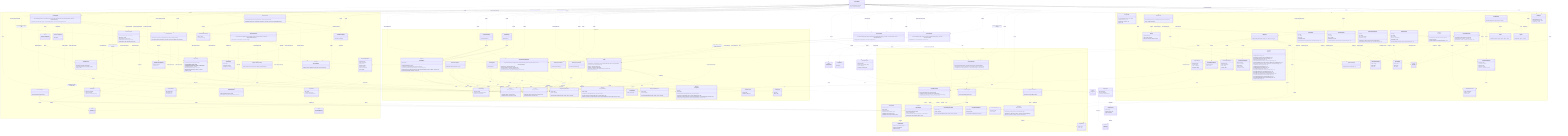
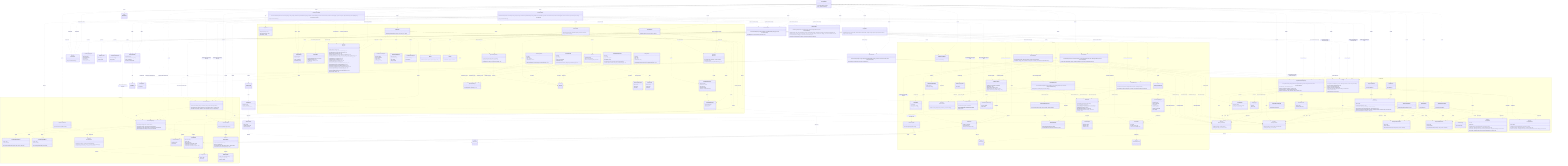
%% Authoritative, system-wide contract chart: every class and every relationship,
%% including the cross-domain interactions between modules.
%% For focused, per-domain views (intra-domain relationships only), see
%% docs/contracts/domains/ (one chart per domain + a README).
classDiagram
  direction TB

  class LicenseWizard {
    +LicenseWizard(args: string[])
    +run() Promise~Answer[]~
+   }
+ 
+   class IWizardMode {
+     <<interface>>
+     +run() Promise~Answer[]~
+   }
+ 
+   class InteractiveMode {
+     +InteractiveMode(licenses: LicenseRepository, config: Config, manifests: ProjectManifestRepository, installer: LicenseInstaller, generator: LicenseGenerator, headers: HeaderApplier, renderer: IRenderer, reporter: IReporter, flags: WizardFlags)
+     +run() Promise~Answer[]~
+   }
+ 
+   class NonInteractiveMode {
+     +NonInteractiveMode(licenses: LicenseRepository, config: Config, manifests: ProjectManifestRepository, installer: LicenseInstaller, generator: LicenseGenerator, headers: HeaderApplier, reporter: IReporter, flags: WizardFlags, saveTargetByFlag: Record~string, string~)
+     +run() Promise~Answer[]~
+   }
+ 
+   class VerifyMode {
+     +VerifyMode(verifier: LicenseVerifier, headerVerifier: HeaderVerifier, config: Config, reporter: IReporter, strict: boolean)
+     +run() Promise~Answer[]~
+   }
+ 
+   class WizardFlags {
+     <<type>>
+   }
+ 
+   class HeaderApplier {
+     +HeaderApplier(licenses: LicenseRepository, reader: IFileSystemReader, writer: IFileSystemWriter)
+     +apply(licenseId: string, style: HeaderStyle, tokens: Record~string, string~, extraIgnores: string[]) Promise~HeaderApplyReport~
+     +preview(licenseId: string, style: HeaderStyle, tokens: Record~string, string~, extraIgnores: string[]) Promise~HeaderPreview | null~
+     +remove(extraIgnores: string[]) Promise~HeaderRemovalReport~
+     +previewRemoval(extraIgnores: string[]) Promise~HeaderRemovalReport~
+   }
+ 
+   class HeaderApplyReport {
+     +licenseId: string
+     +style: HeaderStyle
+     +total: number
+     +written: number
+     +unchanged: number
+   }
+ 
+   class HeaderPreview {
+     +files: string[]
+     +sample: string
+   }
+ 
+   class HeaderRemovalReport {
+     +removed: string[]
+     +total: number
  }

  class LicenseInstaller {
    +LicenseInstaller(config: Config, manifests: ProjectManifestRepository, generator: LicenseGenerator)
    +install(selection: LicenseSelection) Promise~void~
  }

  class LicenseVerifier {
    +LicenseVerifier(config: Config, manifests: ProjectManifestRepository, generator: LicenseGenerator, reader: IFileSystemReader)
    +verify(options: VerifyOptions) Promise~VerifyOutcome~
  }

  class LicenseSelection {
    +licenseId: string
    +tokens: Record~string, string~
    +save: ConfigSave
    +headers?: HeaderConfig
  }

  class ConfigSave {
    <<union>>
  }

  class VerifyOptions {
    +fix: boolean
  }

  class VerifyOutcome {
    <<union>>
  }

  class VerifyReport {
    +licenseId: string
    +license: DriftStatus
    +manifests: ManifestCheck[]
  }

  class ManifestCheck {
    +name: string
    +declared: string | null
    +status: DriftStatus
  }

  class DriftStatus {
    <<union>>
  }

  namespace CLI {
    class FlagParser {
      +FlagParser(flags: object)
      +parse(args: string[]) object
      +formatHelp() string
    }

    class Orchestrator {
      +Orchestrator(repository: QuestionRepository, renderer: IRenderer)
      +run() Promise~Answer[]~
    }

    class IRenderer {
      <<interface>>
      +render(question: Question) Promise~Answer~
      +onCancel() string
      +complete(summary: CompletionSummary) void
    }

    class CompletionSummary {
      +licenseId: string
      +customized: boolean
      +savedTo: string
      +manifests: string[]
      +headers?: CompletionHeaders
    }

    class CompletionHeaders {
      +style: HeaderStyle
      +written: number
      +total: number
    }

    class ProgressBar {
      +ProgressBar(label: string, out?: object)
      +start(total: number) void
      +update(done: number) void
      +stop() void
    }

    class ClackRenderer {
      +ClackRenderer(meta: object, spinner: Spinner)
    }

    class IReporter {
      <<interface>>
      +usage(options: string) void
      +tokens(licenseId: string, slots: TemplateSlot[]) void
      +generated(licenseId: string, savedTo: string) void
      +dryRun(report: DryRunReport) void
      +missingFields(licenseId: string, missing: TemplateSlot[]) void
      +unknownFields(licenseId: string, unknown: string[], slots: TemplateSlot[]) void
      +licenseNotFound(licenseId: string, suggestions: LicenseIndexEntry[]) void
      +verifyMatch(report: VerifyReport) void
      +verifyFixed(report: VerifyReport) void
      +verifyMismatch(report: VerifyReport) void
      +headersNoFiles(licenseId: string) void
      +headersGenerated(report: HeaderGenerateReport) void
      +headersDryRun(report: HeaderDryRunReport) void
      +headersRemoved(report: HeaderRemoveReport) void
      +headersRemoveDryRun(report: HeaderRemoveReport) void
      +headersVerifyMatch(report: HeaderVerifyReport) void
      +headersVerifyFixed(report: HeaderVerifyReport) void
      +headersVerifyMismatch(report: HeaderVerifyReport) void
      +error(message: string) void
    }

    class HeaderGenerateReport {
      +licenseId: string
      +style: HeaderStyle
      +total: number
      +written: number
      +unchanged: number
    }

    class HeaderDryRunReport {
      +licenseId: string
      +style: HeaderStyle
      +files: string[]
      +sample: string
    }

    class HeaderRemoveReport {
      +removed: string[]
      +total: number
    }

    class DryRunReport {
      +licenseId: string
      +content: string
      +save: ConfigSave
      +manifests: string[]
    }

    class CliReporter {
      +CliReporter(programName: string, out?: object, err?: object)
    }

    class Banner {
      +buildBanner(meta: object, options: object) string
    }

    class Spinner {
      +start(handle: object) Function
    }

    class QuestionRepository {
      +QuestionRepository(questions: Question[])
      +getByIndex(index: number) Question | null
      +insertAt(index: number, questions: Question[]) void
    }

    class QuestionLifecycle {
      +inject(questions: Question[]) void
    }

    class Question {
      <<union>>
    }

    class TextQuestion {
      +id: string
      +text: string
      +type: "text"
      +defaultValue: string
      +onAnswer(answer: Answer, lifecycle: QuestionLifecycle) void
    }

    class ConfirmQuestion {
      +id: string
      +text: string
      +type: "confirm"
      +defaultValue: boolean
      +onAnswer(answer: Answer, lifecycle: QuestionLifecycle) void
    }

    class AutocompleteQuestion {
      +id: string
      +text: string
      +type: "autocomplete"
      +defaultValue: string
      +search(query: string) Promise~AutocompleteOption[]~
      +onAnswer(answer: Answer, lifecycle: QuestionLifecycle) void
    }

    class AutocompleteOption {
      +value: string
      +label: string
      +hint: string
    }

    class SelectQuestion {
      +id: string
      +text: string
      +type: "select"
      +options: SelectOption[]
      +defaultValue: string
      +onAnswer(answer: Answer, lifecycle: QuestionLifecycle) void
    }

    class SelectOption {
      +value: string
      +label: string
      +hint: string
    }

    class Answer {
      +questionId: string
      +value: string | boolean
      +fields: Record~string, string | boolean~
    }
  }

  namespace Licensing {
    class LicenseRepository {
      +LicenseRepository(source: ILicenseSource)
      +search(query: string) Promise~LicenseIndexEntry[]~
      +suggest(query: string, limit: number) Promise~LicenseIndexEntry[]~
      +getLicense(licenseId: string) Promise~LicenseDetail~
    }

    class LicenseRepositoryError {
      +name: string
      +cause: unknown
      +LicenseRepositoryError(message: string, cause?: unknown)
    }

    class LicenseNotFoundError {
      +name: string
      +licenseId: string
      +LicenseNotFoundError(licenseId: string)
    }

    class ILicenseSource {
      <<interface>>
      +search(query: string) Promise~LicenseIndexEntry[]~
      +suggest(query: string, limit: number) Promise~LicenseIndexEntry[]~
      +fetchLicense(licenseId: string) Promise~LicenseDetail~
    }

    class SpdxLicenseSource {
      +SpdxLicenseSource(ttlMs: number)
    }

    class LicenseIndexEntry {
      +licenseId: string
      +name: string
    }

    class LicenseDetail {
      +licenseId: string
      +name: string
      +licenseText: string
      +standardLicenseTemplate?: string
      +standardLicenseHeader?: string
      +standardLicenseHeaderTemplate?: string
    }

    class SpdxTemplate {
      <<abstract>>
      +SpdxTemplate(template: string)
      +slots() TemplateSlot[]
      +resolveSlots(entries: Map~string, string~) SlotResolution
      +render(values: Record~string, string~) string
    }

    class LicenseTemplate {
      +LicenseTemplate(template: string)
    }

    class TemplateSlot {
      +token: string
      +label: string
    }

    class SlotResolution {
      +values: Record~string, string~
      +missing: TemplateSlot[]
      +unknown: string[]
    }

    class LicenseGenerator {
      +LicenseGenerator(repository: LicenseRepository, writer: IFileSystemWriter)
      +generate(licenseId: string, slotValues?: Record~string, string~) Promise~void~
      +render(licenseId: string, slotValues?: Record~string, string~) Promise~string~
    }
  }

  namespace Configuration {
    class IFileSystemReader {
      <<interface>>
      +read(path: string) Promise~string~
      +exists(path: string) Promise~boolean~
    }

    class IFileSystemWriter {
      <<interface>>
      +write(path: string, content: string) Promise~void~
      +delete(path: string) Promise~void~
    }

    class NodeFileSystemReader {
      +NodeFileSystemReader()
    }

    class NodeFileSystemWriter {
      +NodeFileSystemWriter()
    }

    class FileSystemReaderError {
      +name: string
      +cause: unknown
      +FileSystemReaderError(message: string, cause?: unknown)
    }

    class FileSystemWriterError {
      +name: string
      +cause: unknown
      +FileSystemWriterError(message: string, cause?: unknown)
    }

    class WizardConfig {
      +licenseId: string
      +tokens?: Record~string, string~
      +headers?: HeaderConfig
    }

    class HeaderConfig {
      +style: HeaderStyle
    }

    class ConfigTarget {
      +id: string
      +label: string
    }

    class IConfigStore {
      <<interface>>
      +id: string
      +label: string
      +available(reader: IFileSystemReader) Promise~boolean~
      +read(reader: IFileSystemReader) Promise~WizardConfig | null~
      +write(reader: IFileSystemReader, writer: IFileSystemWriter, config: WizardConfig) Promise~void~
      +clear(reader: IFileSystemReader, writer: IFileSystemWriter) Promise~void~
    }

    class RcConfigStore {
      +RcConfigStore()
    }

    class ManifestConfigStore {
      +ManifestConfigStore(fileName: string)
    }

    class Config {
      +Config(stores: IConfigStore[], reader: IFileSystemReader, writer: IFileSystemWriter)
      +read() Promise~WizardConfig | null~
      +source() Promise~string | null~
      +targets() Promise~ConfigTarget[]~
      +write(config: WizardConfig, targetId: string) Promise~void~
      +clear() Promise~void~
+       +clearHeaders() Promise~void~
    }

    class IProjectManifest {
      <<interface>>
      +name: string
      +exists(reader: IFileSystemReader) Promise~boolean~
      +readLicense(reader: IFileSystemReader) Promise~string | null~
      +writeLicense(reader: IFileSystemReader, writer: IFileSystemWriter, licenseId: string) Promise~void~
    }

    class JsonManifest {
      <<abstract>>
      +JsonManifest(fileName: string)
      +name: string
      +exists(reader: IFileSystemReader) Promise~boolean~
      +readLicense(reader: IFileSystemReader) Promise~string | null~
      +writeLicense(reader: IFileSystemReader, writer: IFileSystemWriter, licenseId: string) Promise~void~
      #extractLicenseId(value: unknown)* string | null
    }

    class NpmManifest {
      +NpmManifest()
    }

    class ComposerManifest {
      +ComposerManifest()
    }

    class ProjectManifestRepository {
      +ProjectManifestRepository(manifests: IProjectManifest[], reader: IFileSystemReader, writer: IFileSystemWriter)
      +readLicense() Promise~string | null~
      +writeLicense(licenseId: string) Promise~void~
      +declaredLicenses() Promise~ManifestLicense[]~
      +writeLicenseTo(name: string, licenseId: string) Promise~void~
    }

    class ManifestLicense {
      +name: string
      +licenseId: string | null
    }
  }

  namespace Headers {
    class HeaderPlan {
      +detail: LicenseDetail
      +style: HeaderStyle
      +tokens: Record~string, string~
    }

    class HeaderStyle {
      <<union>>
    }

    class HeaderRenderer {
      +HeaderRenderer(plan: HeaderPlan)
      +supportsFull(detail: LicenseDetail)$ boolean
      +body() string
    }

    class HeaderTemplate {
      +HeaderTemplate(template: string)
    }

    class HeaderComposer {
      +HeaderComposer(plan: HeaderPlan)
      +fingerprint() string
      +block(extension: string) string
      +hasManaged(content: string) boolean
      +apply(content: string, filePath: string) string
    }

    class SourceFileScanner {
      +SourceFileScanner(walker: IFileTreeWalker, reader: IFileSystemReader, matchers?: GitignoreMatcherFactory)
      +scan(options?: ScanOptions) Promise~string[]~
    }

    class ScanOptions {
      +root?: string
      +extensions?: string[]
      +extraIgnores?: string[]
    }

    class GitignoreMatcher {
      +GitignoreMatcher(patterns: string[])
      +ignores(path: string, isDirectory: boolean) boolean
    }

    class GitignoreMatcherFactory {
      +fromContent(content: string, extra?: string[]) GitignoreMatcher
    }

    class IFileTreeWalker {
      <<interface>>
      +walk(root: string, skipDirectory: Function) Promise~string[]~
    }

    class NodeFileTreeWalker {
      +NodeFileTreeWalker()
    }

    class HeaderInstaller {
      +HeaderInstaller(reader: IFileSystemReader, writer: IFileSystemWriter)
      +install(files: string[], plan: HeaderPlan, onProgress?: Function) Promise~HeaderInstallSummary~
    }

    class HeaderInstallSummary {
      +written: string[]
      +unchanged: string[]
    }

    class SourceFile {
      +SourceFile(content: string, path: string)
      +extensionOf(path: string)$ string
      +commentStyleFor(extension: string)$ CommentStyle
      +hasManagedHeader() boolean
      +withoutManagedHeaders() SourceFile
      +withManagedHeader(block: string) SourceFile
      +toString() string
    }

    class CommentStyle {
      +blockStart: string
      +linePrefix: string
      +blockEnd: string
    }

    class HeaderRemover {
      +HeaderRemover(reader: IFileSystemReader, writer: IFileSystemWriter)
      +remove(files: string[], onProgress?: Function) Promise~HeaderRemoveSummary~
    }

    class HeaderRemoveSummary {
      +removed: string[]
      +total: number
    }

    class HeaderVerifier {
      +HeaderVerifier(scanner: SourceFileScanner, reader: IFileSystemReader, writer: IFileSystemWriter, licenses: LicenseRepository)
      +verify(config: WizardConfig, options: HeaderVerifyOptions) Promise~HeaderVerifyOutcome~
    }

    class HeaderVerifyOptions {
      +fix: boolean
    }

    class HeaderVerifyOutcome {
      <<union>>
    }

    class HeaderVerifyReport {
      +licenseId: string
      +style: HeaderStyle
      +total: number
      +matched: string[]
      +missing: string[]
      +drifted: HeaderDrift[]
      +fixed: string[]
    }

    class HeaderDrift {
      +file: string
      +declares: object | null
      +reason: HeaderDriftReason
    }

    class HeaderDriftReason {
      <<union>>
    }
  }

  TextQuestion ..|> Question : member of
  ConfirmQuestion ..|> Question : member of
  AutocompleteQuestion ..|> Question : member of
  SelectQuestion ..|> Question : member of
  TextQuestion ..> QuestionLifecycle : onAnswer receives
  ConfirmQuestion ..> QuestionLifecycle : onAnswer receives
  AutocompleteQuestion ..> QuestionLifecycle : onAnswer receives
  SelectQuestion ..> QuestionLifecycle : onAnswer receives
  SelectQuestion ..> SelectOption : offers
  Orchestrator ..> QuestionLifecycle : creates
  ClackRenderer ..|> IRenderer : implements
  ClackRenderer ..> Spinner : uses
  ClackRenderer ..> Banner : renders
  IRenderer ..> CompletionSummary : renders
  ClackRenderer ..> CompletionSummary : renders
  CliReporter ..|> IReporter : implements
  CliReporter ..> TemplateSlot : renders
  CliReporter ..> VerifyReport : renders
  CliReporter ..> DryRunReport : renders
+   %% Composition root: LicenseWizard parses flags, builds the shared graph, and
+   %% delegates each run to one of the three modes through IWizardMode.
  LicenseWizard ..> FlagParser : uses
-   LicenseWizard ..> FlagParser : reads defaults from
-   LicenseWizard ..> QuestionRepository : creates
+   LicenseWizard ..> WizardFlags : parses
+   LicenseWizard ..> CliReporter : creates
+   LicenseWizard ..> IReporter : reports usage through
  LicenseWizard ..> ClackRenderer : creates
-   LicenseWizard ..> CliReporter : creates
-   LicenseWizard ..> IRenderer : reports completion through
-   LicenseWizard ..> IReporter : reports through
-   LicenseWizard ..> Orchestrator : creates
  LicenseWizard ..> SpdxLicenseSource : creates
  LicenseWizard ..> LicenseRepository : creates
  LicenseWizard ..> LicenseGenerator : creates
-   LicenseWizard ..> LicenseGenerator : renders dry-run preview through
  LicenseWizard ..> LicenseInstaller : creates
-   LicenseWizard ..> LicenseInstaller : applies selection through
-   LicenseWizard ..> LicenseSelection : builds
-   LicenseWizard ..> DryRunReport : builds
+   LicenseWizard ..> HeaderApplier : creates
  LicenseWizard ..> LicenseVerifier : creates
-   LicenseWizard ..> LicenseVerifier : verifies through
+   LicenseWizard ..> IWizardMode : delegates the run to
+   LicenseWizard ..> InteractiveMode : creates
+   LicenseWizard ..> NonInteractiveMode : creates
+   LicenseWizard ..> VerifyMode : creates
+   InteractiveMode ..|> IWizardMode : implements
+   NonInteractiveMode ..|> IWizardMode : implements
+   VerifyMode ..|> IWizardMode : implements
+ 
+   %% Interactive mode: the prompt-driven setup flow.
+   InteractiveMode ..> ClackRenderer : renders through
+   InteractiveMode ..> IRenderer : reports completion through
+   InteractiveMode ..> Orchestrator : creates
+   InteractiveMode ..> QuestionRepository : creates
+   InteractiveMode ..> LicenseRepository : searches and resolves with
+   InteractiveMode ..> LicenseTemplate : creates
+   InteractiveMode ..> HeaderRenderer : checks full-header support with
+   InteractiveMode ..> LicenseInstaller : applies selection through
+   InteractiveMode ..> HeaderApplier : applies headers through
+   InteractiveMode ..> LicenseGenerator : renders dry-run preview through
+   InteractiveMode ..> Config : reads config and targets from
+   InteractiveMode ..> ProjectManifestRepository : reads and reports manifests through
+   InteractiveMode ..> IReporter : reports dry-run through
+   InteractiveMode ..> LicenseSelection : builds
+   InteractiveMode ..> DryRunReport : builds
+ 
+   %% Non-interactive mode: flag-driven generation, apply-config, and removal.
+   NonInteractiveMode ..> LicenseRepository : resolves and suggests with
+   NonInteractiveMode ..> LicenseTemplate : creates
+   NonInteractiveMode ..> HeaderRenderer : checks full-header support with
+   NonInteractiveMode ..> LicenseInstaller : applies selection through
+   NonInteractiveMode ..> HeaderApplier : applies headers through
+   NonInteractiveMode ..> LicenseGenerator : renders dry-run preview through
+   NonInteractiveMode ..> Config : reads config and clears headers through
+   NonInteractiveMode ..> ProjectManifestRepository : reports manifests through
+   NonInteractiveMode ..> IReporter : reports through
+   NonInteractiveMode ..> LicenseSelection : builds
+   NonInteractiveMode ..> DryRunReport : builds
+   NonInteractiveMode ..> LicenseNotFoundError : handles
+ 
+   %% Verify mode: LICENSE/manifest and source-header verification.
+   VerifyMode ..> LicenseVerifier : verifies through
+   VerifyMode ..> HeaderVerifier : verifies headers through
+   VerifyMode ..> Config : reads config from
+   VerifyMode ..> IReporter : reports through
+ 
  LicenseInstaller ..> Config : uses
  LicenseInstaller ..> ProjectManifestRepository : writes selection to
  LicenseInstaller ..> LicenseGenerator : uses
  LicenseInstaller ..> LicenseSelection : applies
  LicenseVerifier ..> Config : reads config from
  LicenseVerifier ..> ProjectManifestRepository : checks and reconciles manifests through
  LicenseVerifier ..> LicenseGenerator : re-renders and rewrites with
  LicenseVerifier ..> IFileSystemReader : reads LICENSE through
  LicenseVerifier ..> VerifyOptions : configured by
  LicenseVerifier ..> VerifyOutcome : returns
  VerifyOutcome ..> VerifyReport : carries
  VerifyReport ..> ManifestCheck : aggregates
  VerifyReport ..> DriftStatus : statuses by
  ManifestCheck ..> DriftStatus : status by
  ProjectManifestRepository ..> ManifestLicense : produces
  LicenseSelection ..> ConfigSave : has
  DryRunReport ..> ConfigSave : carries
  Orchestrator ..> QuestionRepository : gets questions from
  Orchestrator ..> IRenderer : feeds questions to
  ClackRenderer ..> Question : renders
  QuestionRepository ..> Question : produces
  AutocompleteQuestion ..> AutocompleteOption : search produces
  Orchestrator ..> Answer : collects
  SpdxLicenseSource ..|> ILicenseSource : implements
  LicenseRepository ..> ILicenseSource : uses
  LicenseRepository ..> LicenseIndexEntry : produces
  LicenseRepository ..> LicenseDetail : produces
  LicenseRepository ..> LicenseRepositoryError : throws
  LicenseRepository ..> LicenseNotFoundError : throws
  SpdxLicenseSource ..> LicenseNotFoundError : throws
-   LicenseWizard ..> LicenseNotFoundError : handles
  CliReporter ..> LicenseIndexEntry : renders
  LicenseGenerator ..> LicenseRepository : uses
  LicenseGenerator ..> IFileSystemWriter : uses
  LicenseGenerator ..> LicenseTemplate : uses
  LicenseTemplate --|> SpdxTemplate : extends
  HeaderTemplate --|> SpdxTemplate : extends
  SpdxTemplate ..> TemplateSlot : produces
  SpdxTemplate ..> SlotResolution : produces
-   LicenseWizard ..> LicenseTemplate : creates
  NodeFileSystemReader ..|> IFileSystemReader : implements
  NodeFileSystemWriter ..|> IFileSystemWriter : implements
  NodeFileSystemReader ..> FileSystemReaderError : throws
  NodeFileSystemWriter ..> FileSystemWriterError : throws
  Config ..> IConfigStore : coordinates
  Config ..> IFileSystemReader : uses
  Config ..> IFileSystemWriter : uses
  Config ..> WizardConfig : produces
  Config ..> ConfigTarget : produces
  Config ..> FileSystemWriterError : throws
  RcConfigStore ..|> IConfigStore : implements
  ManifestConfigStore ..|> IConfigStore : implements
  RcConfigStore ..> IFileSystemReader : uses
  RcConfigStore ..> IFileSystemWriter : uses
  RcConfigStore ..> FileSystemReaderError : throws
  RcConfigStore ..> FileSystemWriterError : throws
  ManifestConfigStore ..> IFileSystemReader : uses
  ManifestConfigStore ..> IFileSystemWriter : uses
  ManifestConfigStore ..> FileSystemReaderError : throws
  ManifestConfigStore ..> FileSystemWriterError : throws
  JsonManifest ..|> IProjectManifest : implements
  NpmManifest --|> JsonManifest : extends
  ComposerManifest --|> JsonManifest : extends
  JsonManifest ..> IFileSystemReader : uses
  JsonManifest ..> IFileSystemWriter : uses
  JsonManifest ..> FileSystemReaderError : throws
  JsonManifest ..> FileSystemWriterError : throws
  ProjectManifestRepository ..> IProjectManifest : coordinates
  ProjectManifestRepository ..> IFileSystemReader : uses
  ProjectManifestRepository ..> IFileSystemWriter : uses
  LicenseWizard ..> NodeFileSystemReader : creates
  LicenseWizard ..> NodeFileSystemWriter : creates
  LicenseWizard ..> Config : creates
-   LicenseWizard ..> Config : reads defaults from
  LicenseWizard ..> RcConfigStore : creates
  LicenseWizard ..> ManifestConfigStore : creates
  LicenseWizard ..> NpmManifest : creates
  LicenseWizard ..> ComposerManifest : creates
  LicenseWizard ..> ProjectManifestRepository : creates
-   LicenseWizard ..> ProjectManifestRepository : reads defaults from
+   LicenseWizard ..> HeaderVerifier : creates
  LicenseWizard ..> SourceFileScanner : creates
  LicenseWizard ..> NodeFileTreeWalker : creates
-   LicenseWizard ..> HeaderInstaller : creates
-   LicenseWizard ..> HeaderInstaller : writes headers through
-   LicenseWizard ..> HeaderRemover : creates
-   LicenseWizard ..> HeaderRemover : removes headers through
-   LicenseWizard ..> SourceFile : previews removal with
-   LicenseWizard ..> HeaderVerifier : creates
-   LicenseWizard ..> HeaderVerifier : verifies headers through
-   LicenseWizard ..> HeaderRenderer : checks full-header support with
-   LicenseWizard ..> HeaderComposer : previews header block with
-   LicenseWizard ..> ProgressBar : drives header progress with
-   LicenseWizard ..> HeaderPlan : builds
+   %% HeaderApplier owns the source-file header surface for both write modes.
+   HeaderApplier ..> SourceFileScanner : creates
+   HeaderApplier ..> NodeFileTreeWalker : creates
+   HeaderApplier ..> HeaderInstaller : creates
+   HeaderApplier ..> HeaderInstaller : writes headers through
+   HeaderApplier ..> HeaderRemover : creates
+   HeaderApplier ..> HeaderRemover : removes headers through
+   HeaderApplier ..> SourceFile : previews removal with
+   HeaderApplier ..> HeaderComposer : previews header block with
+   HeaderApplier ..> ProgressBar : drives header progress with
+   HeaderApplier ..> HeaderPlan : builds
+   HeaderApplier ..> LicenseRepository : fetches header detail through
+   HeaderApplier ..> HeaderApplyReport : produces
+   HeaderApplier ..> HeaderPreview : produces
+   HeaderApplier ..> HeaderRemovalReport : produces
  CliReporter ..> HeaderGenerateReport : renders
  CliReporter ..> HeaderDryRunReport : renders
  CliReporter ..> HeaderRemoveReport : renders
  CliReporter ..> HeaderVerifyReport : renders
  CliReporter ..> HeaderDrift : describes drift from
  HeaderConfig ..> HeaderStyle : style by
  HeaderPlan ..> LicenseDetail : carries
  HeaderPlan ..> HeaderStyle : styled by
  HeaderRenderer ..> HeaderPlan : renders
  HeaderRenderer ..> HeaderTemplate : substitutes header template with
  HeaderComposer ..> HeaderPlan : composes
  HeaderComposer ..> HeaderRenderer : renders body with
  HeaderInstaller ..> HeaderComposer : applies header with
  HeaderInstaller ..> HeaderPlan : applies
  HeaderInstaller ..> IFileSystemReader : reads files through
  HeaderInstaller ..> IFileSystemWriter : writes files through
  HeaderInstaller ..> HeaderInstallSummary : produces
  HeaderRemover ..> SourceFile : strips header through
  HeaderRemover ..> IFileSystemReader : reads files through
  HeaderRemover ..> IFileSystemWriter : writes files through
  HeaderRemover ..> HeaderRemoveSummary : produces
  HeaderComposer ..> SourceFile : places header through
  SourceFile ..> CommentStyle : wraps with
  SourceFileScanner ..> SourceFile : derives extension with
  HeaderVerifier ..> SourceFileScanner : rediscovers files through
  HeaderVerifier ..> HeaderComposer : compares against
  HeaderVerifier ..> LicenseRepository : fetches header detail through
  HeaderVerifier ..> IFileSystemReader : reads files through
  HeaderVerifier ..> IFileSystemWriter : rewrites files through
  HeaderVerifier ..> WizardConfig : verifies against
  HeaderVerifier ..> HeaderVerifyOptions : configured by
  HeaderVerifier ..> HeaderVerifyOutcome : returns
  HeaderVerifyOutcome ..> HeaderVerifyReport : carries
  HeaderVerifyReport ..> HeaderDrift : details drift by
  HeaderDrift ..> HeaderDriftReason : explained by
  HeaderVerifier ..> HeaderDrift : classifies drift into
  SourceFileScanner ..> IFileTreeWalker : walks with
  SourceFileScanner ..> IFileSystemReader : reads .gitignore through
  SourceFileScanner ..> GitignoreMatcherFactory : builds matchers with
  SourceFileScanner ..> GitignoreMatcher : filters with
  SourceFileScanner ..> ScanOptions : configured by
  GitignoreMatcherFactory ..> GitignoreMatcher : creates
  NodeFileTreeWalker ..|> IFileTreeWalker : implements
  ClackRenderer ..> CompletionHeaders : renders
  CompletionSummary ..> CompletionHeaders : carries
